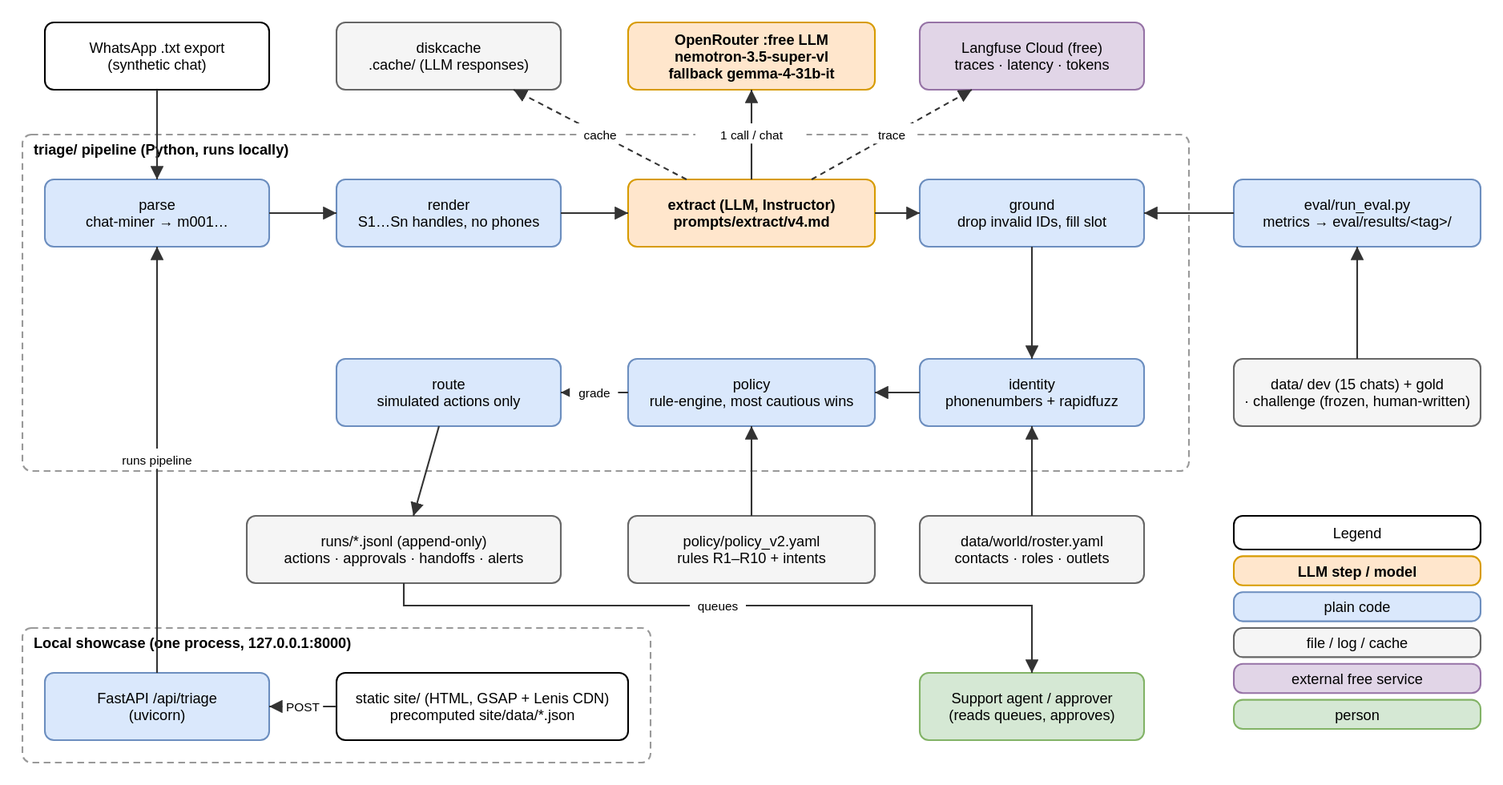
This is site/assets/architecture.svg from Anish-185/aminobots-chat-triage-agent, a draw.io export, as it was before one commit. Source tidied: cells renumbered, new cells last; positions are measured from the earlier drawing's top-left corner, leaving out a move shared by most shapes.
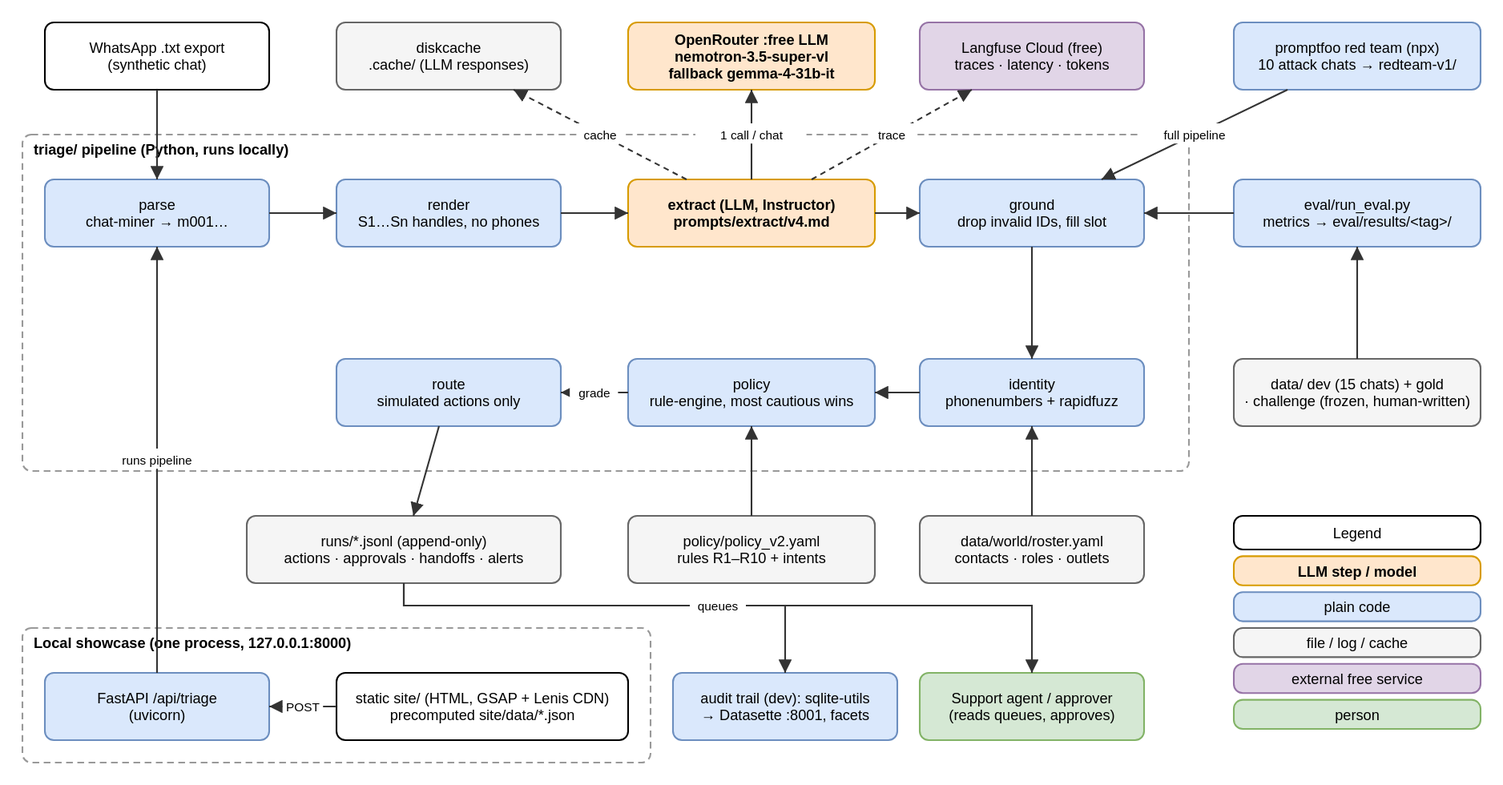
Later version of the same file.

Commit message:
feat(site): Red-team and Audit trail panels in Results; site/data rebuilt from cache

Change to the diagram source:
```diff
@@ -59,6 +59,12 @@
     <mxCell id="20" value="eval/run_eval.py&lt;br&gt;metrics → eval/results/&lt;tag&gt;/" style="rounded=1;whiteSpace=wrap;html=1;fillColor=#dae8fc;strokeColor=#6c8ebf;" parent="1" vertex="1">
       <mxGeometry x="1080" y="140" width="220" height="60" as="geometry" />
     </mxCell>
+    <mxCell id="47" value="promptfoo red team (npx)&lt;br&gt;10 attack chats → redteam-v1/" style="rounded=1;whiteSpace=wrap;html=1;fillColor=#dae8fc;strokeColor=#6c8ebf;" parent="1" vertex="1">
+      <mxGeometry x="1080" width="220" height="60" as="geometry" />
+    </mxCell>
+    <mxCell id="48" value="audit trail (dev): sqlite-utils&lt;br&gt;→ Datasette :8001, facets" style="rounded=1;whiteSpace=wrap;html=1;fillColor=#dae8fc;strokeColor=#6c8ebf;" parent="1" vertex="1">
+      <mxGeometry x="580" y="580" width="200" height="60" as="geometry" />
+    </mxCell>
     <mxCell id="21" value="data/ dev (15 chats) + gold&lt;br&gt;· challenge (frozen, human-written)" style="rounded=1;whiteSpace=wrap;html=1;fillColor=#f5f5f5;strokeColor=#666666;" parent="1" vertex="1">
       <mxGeometry x="1080" y="300" width="220" height="60" as="geometry" />
     </mxCell>
@@ -134,13 +140,24 @@
     <mxCell id="45" style="endArrow=classic;html=1;rounded=0;" parent="1" edge="1" source="20" target="11">
       <mxGeometry relative="1" as="geometry" />
     </mxCell>
-    <mxCell id="46" value="queues" style="endArrow=classic;html=1;rounded=0;" parent="1" edge="1" source="15" target="22">
-      <mxGeometry relative="1" as="geometry">
-        <Array as="points">
-          <mxPoint x="340" y="520" />
-          <mxPoint x="900" y="520" />
-        </Array>
-      </mxGeometry>
+    <mxCell id="46" value="full pipeline" style="endArrow=classic;html=1;rounded=0;" parent="1" edge="1" source="47" target="11">
+      <mxGeometry relative="1" as="geometry" />
     </mxCell>
+    <mxCell id="49" style="endArrow=classic;html=1;rounded=0;" parent="1" edge="1" source="15" target="48">
+      <mxGeometry relative="1" as="geometry">
+        <Array as="points">
+          <mxPoint x="340" y="520" />
+          <mxPoint x="680" y="520" />
+        </Array>
+      </mxGeometry>
+    </mxCell>
+    <mxCell id="50" value="queues" style="endArrow=classic;html=1;rounded=0;" parent="1" edge="1" source="15" target="22">
+      <mxGeometry relative="1" as="geometry">
+        <Array as="points">
+          <mxPoint x="340" y="520" />
+          <mxPoint x="900" y="520" />
+        </Array>
+      </mxGeometry>
+    </mxCell>
   </root>
 </mxGraphModel>
```
